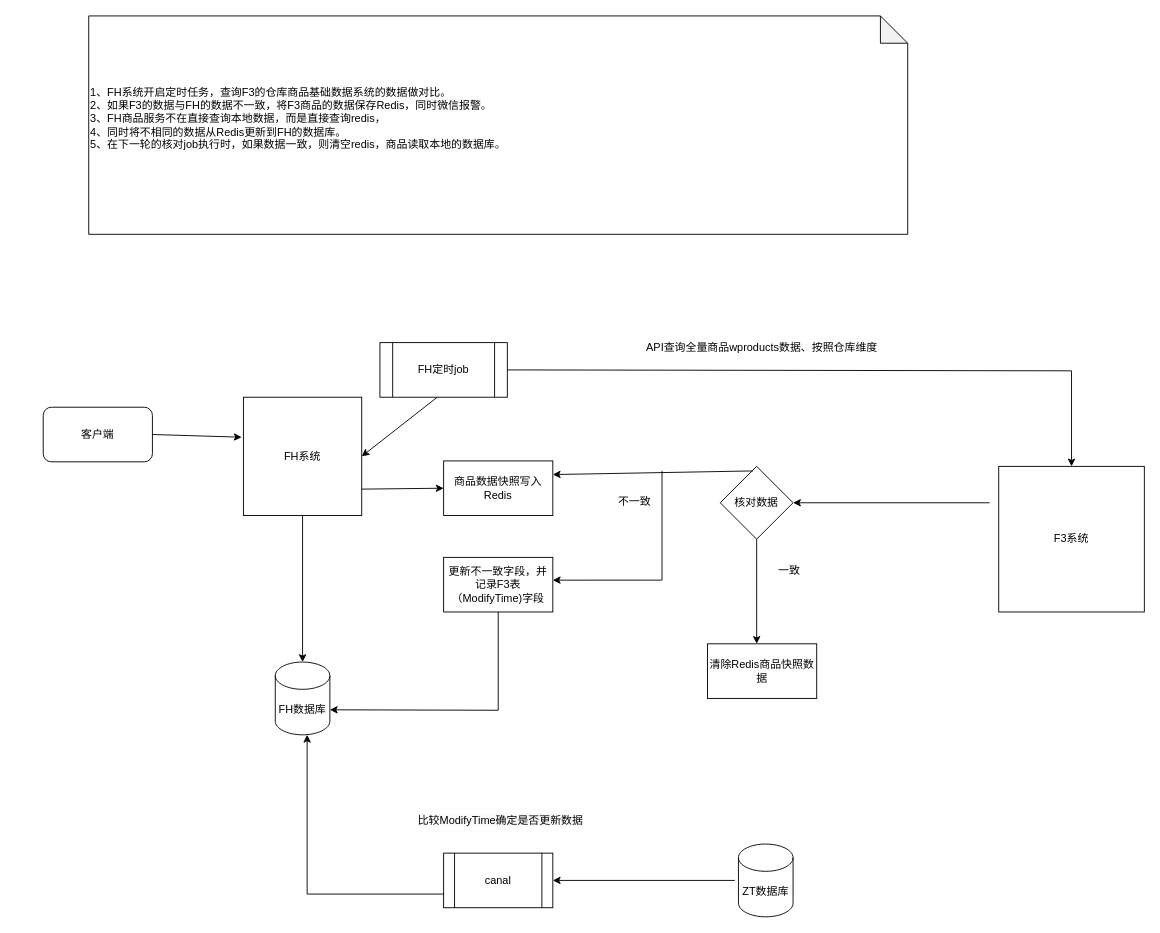
The draw.io diagram SketchMap/FH校验商品基础数据.drawio in liuyunlong1229/aaa, before the edit. Source tidied: cells renumbered, new cells numbered last; positions are measured from the earlier drawing's top-left corner, leaving out a move shared by most shapes. Both pictures are drawn from the tidied source at 91%, with x=0, y=0 at pixel (43, 15).
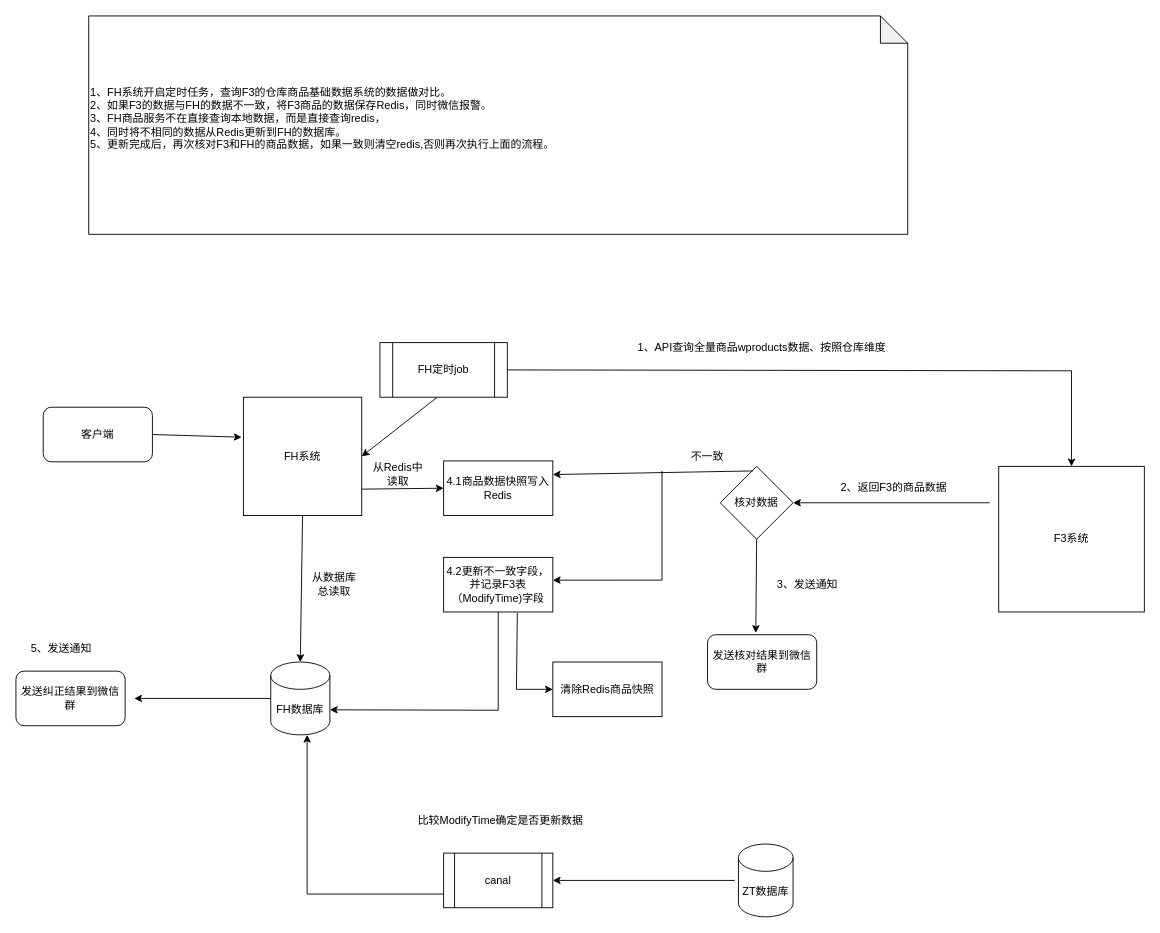
The same diagram, later.

Commit message:
更新FH校验商品基础数据.drawio

Unchanged cells that the change refers to:
```xml
<mxCell id="12" value="核对数据" style="rhombus;whiteSpace=wrap;html=1;" parent="1" vertex="1">
  <mxGeometry x="744" y="495" width="80" height="80" as="geometry" />
</mxCell>
```

The edit, as a diff of the source:
```diff
@@
+    <mxCell id="30" style="edgeStyle=orthogonalEdgeStyle;rounded=0;jettySize=auto;html=1;" parent="1" edge="1" source="3">
+      <mxGeometry relative="1" as="geometry">
+        <mxPoint x="100" y="750" as="targetPoint" />
+      </mxGeometry>
+    </mxCell>
     <mxCell id="3" value="FH数据库" style="shape=cylinder3;whiteSpace=wrap;html=1;boundedLbl=1;backgroundOutline=1;size=15;" parent="1" vertex="1">
-      <mxGeometry x="255" y="710" width="60" height="80" as="geometry" />
+      <mxGeometry x="250" y="710" width="65" height="80" as="geometry" />
     </mxCell>
@@
-    <mxCell id="8" value="API查询全量商品wproducts数据、按照仓库维度" style="text;html=1;align=center;verticalAlign=middle;whiteSpace=wrap;rounded=0;" parent="1" vertex="1">
+    <mxCell id="8" value="1、API查询全量商品wproducts数据、按照仓库维度" style="text;html=1;align=center;verticalAlign=middle;whiteSpace=wrap;rounded=0;" parent="1" vertex="1">
       <mxGeometry x="640" y="350" width="300" height="30" as="geometry" />
     </mxCell>
@@
-    <mxCell id="15" style="endArrow=classic;html=1;rounded=0;exitX=0.5;exitY=1;exitDx=0;exitDy=0;" parent="1" edge="1" source="12">
-      <mxGeometry relative="1" as="geometry">
-        <mxPoint x="784" y="690" as="targetPoint" />
-      </mxGeometry>
-    </mxCell>
-    <mxCell id="16" value="一致" style="text;html=1;align=center;verticalAlign=middle;whiteSpace=wrap;rounded=0;" parent="1" vertex="1">
-      <mxGeometry x="790" y="595" width="60" height="30" as="geometry" />
-    </mxCell>
-    <mxCell id="17" value="不一致" style="text;html=1;align=center;verticalAlign=middle;whiteSpace=wrap;rounded=0;" parent="1" vertex="1">
-      <mxGeometry x="620" y="519" width="60" height="30" as="geometry" />
-    </mxCell>
-    <mxCell id="18" value="商品数据快照写入Redis" style="rounded=0;whiteSpace=wrap;html=1;" parent="1" vertex="1">
+    <mxCell id="18" value="4.1商品数据快照写入Redis" style="rounded=0;whiteSpace=wrap;html=1;" parent="1" vertex="1">
       <mxGeometry x="440" y="489" width="120" height="60" as="geometry" />
     </mxCell>
@@
-    <mxCell id="20" value="更新不一致字段，并记录F3表（ModifyTime)字段" style="rounded=0;whiteSpace=wrap;html=1;" parent="1" vertex="1">
+    <mxCell id="20" value="4.2更新不一致字段，并记录F3表（ModifyTime)字段" style="rounded=0;whiteSpace=wrap;html=1;" parent="1" vertex="1">
       <mxGeometry x="440" y="595" width="120" height="60" as="geometry" />
     </mxCell>
@@
-    <mxCell id="23" value="清除Redis商品快照数据" style="rounded=0;whiteSpace=wrap;html=1;" parent="1" vertex="1">
-      <mxGeometry x="730" y="690" width="120" height="60" as="geometry" />
-    </mxCell>
@@
-    <mxCell id="29" value="&lt;div&gt;&lt;div&gt;&lt;div&gt;1、FH系统开启定时任务，查询F3的仓库商品基础数据系统的数据做对比。&lt;/div&gt;&lt;div&gt;2、如果F3的数据与FH的数据不一致，将F3商品的数据保存Redis，同时微信报警。&lt;/div&gt;&lt;div&gt;3、FH商品服务不在直接查询本地数据，而是直接查询redis，&lt;/div&gt;&lt;div&gt;4、同时将不相同的数据从Redis更新到FH的数据库。&lt;/div&gt;&lt;div&gt;5、在下一轮的核对job执行时，如果数据一致，则清空redis，商品读取本地的数据库。&lt;/div&gt;&lt;/div&gt;&lt;/div&gt;&lt;div&gt;&lt;br&gt;&lt;/div&gt;" style="shape=note;whiteSpace=wrap;html=1;backgroundOutline=1;darkOpacity=0.05;align=left;" parent="1" vertex="1">
+    <mxCell id="29" value="&lt;div&gt;&lt;div&gt;&lt;div&gt;1、FH系统开启定时任务，查询F3的仓库商品基础数据系统的数据做对比。&lt;/div&gt;&lt;div&gt;2、如果F3的数据与FH的数据不一致，将F3商品的数据保存Redis，同时微信报警。&lt;/div&gt;&lt;div&gt;3、FH商品服务不在直接查询本地数据，而是直接查询redis，&lt;/div&gt;&lt;div&gt;4、同时将不相同的数据从Redis更新到FH的数据库。&lt;/div&gt;&lt;div&gt;5、更新完成后，再次核对F3和FH的商品数据，如果一致则清空redis,否则再次执行上面的流程。&lt;/div&gt;&lt;/div&gt;&lt;/div&gt;&lt;div&gt;&lt;br&gt;&lt;/div&gt;" style="shape=note;whiteSpace=wrap;html=1;backgroundOutline=1;darkOpacity=0.05;align=left;" parent="1" vertex="1">
       <mxGeometry x="50" width="900" height="240" as="geometry" />
     </mxCell>
+    <mxCell id="31" value="2、返回F3的商品数据" style="text;html=1;align=center;verticalAlign=middle;whiteSpace=wrap;rounded=0;" parent="1" vertex="1">
+      <mxGeometry x="850" y="504" width="170" height="30" as="geometry" />
+    </mxCell>
+    <mxCell id="32" value="发送核对结果到微信群" style="rounded=1;whiteSpace=wrap;html=1;" parent="1" vertex="1">
+      <mxGeometry x="730" y="680" width="120" height="60" as="geometry" />
+    </mxCell>
+    <mxCell id="33" style="endArrow=classic;html=1;rounded=0;exitX=0.5;exitY=1;exitDx=0;exitDy=0;entryX=0.442;entryY=-0.033;entryDx=0;entryDy=0;entryPerimeter=0;" parent="1" edge="1" source="12" target="32">
+      <mxGeometry relative="1" as="geometry" />
+    </mxCell>
+    <mxCell id="17" value="不一致" style="text;html=1;align=center;verticalAlign=middle;whiteSpace=wrap;rounded=0;" parent="1" vertex="1">
+      <mxGeometry x="700" y="469" width="60" height="30" as="geometry" />
+    </mxCell>
+    <mxCell id="34" value="清除Redis商品快照" style="rounded=0;whiteSpace=wrap;html=1;" parent="1" vertex="1">
+      <mxGeometry x="560" y="710" width="120" height="60" as="geometry" />
+    </mxCell>
+    <mxCell id="35" value="3、发送通知" style="text;html=1;align=center;verticalAlign=middle;whiteSpace=wrap;rounded=0;" parent="1" vertex="1">
+      <mxGeometry x="790" y="610" width="100" height="30" as="geometry" />
+    </mxCell>
+    <mxCell id="36" style="endArrow=classic;html=1;rounded=0;exitX=0.675;exitY=1.017;exitDx=0;exitDy=0;exitPerimeter=0;entryX=0;entryY=0.5;entryDx=0;entryDy=0;" parent="1" edge="1" source="20" target="34">
+      <mxGeometry relative="1" as="geometry">
+        <Array as="points">
+          <mxPoint x="520" y="740" />
+        </Array>
+      </mxGeometry>
+    </mxCell>
+    <mxCell id="37" value="从Redis中读取" style="text;html=1;align=center;verticalAlign=middle;whiteSpace=wrap;rounded=0;" parent="1" vertex="1">
+      <mxGeometry x="360" y="489" width="60" height="30" as="geometry" />
+    </mxCell>
+    <mxCell id="38" value="从数据库总读取" style="text;html=1;align=center;verticalAlign=middle;whiteSpace=wrap;rounded=0;" parent="1" vertex="1">
+      <mxGeometry x="290" y="610" width="60" height="30" as="geometry" />
+    </mxCell>
+    <mxCell id="39" value="发送纠正结果到微信群" style="rounded=1;whiteSpace=wrap;html=1;" parent="1" vertex="1">
+      <mxGeometry x="-30" y="720" width="120" height="60" as="geometry" />
+    </mxCell>
+    <mxCell id="40" value="5、发送通知" style="text;html=1;align=center;verticalAlign=middle;whiteSpace=wrap;rounded=0;" parent="1" vertex="1">
+      <mxGeometry x="-30" y="680" width="100" height="30" as="geometry" />
+    </mxCell>
```
